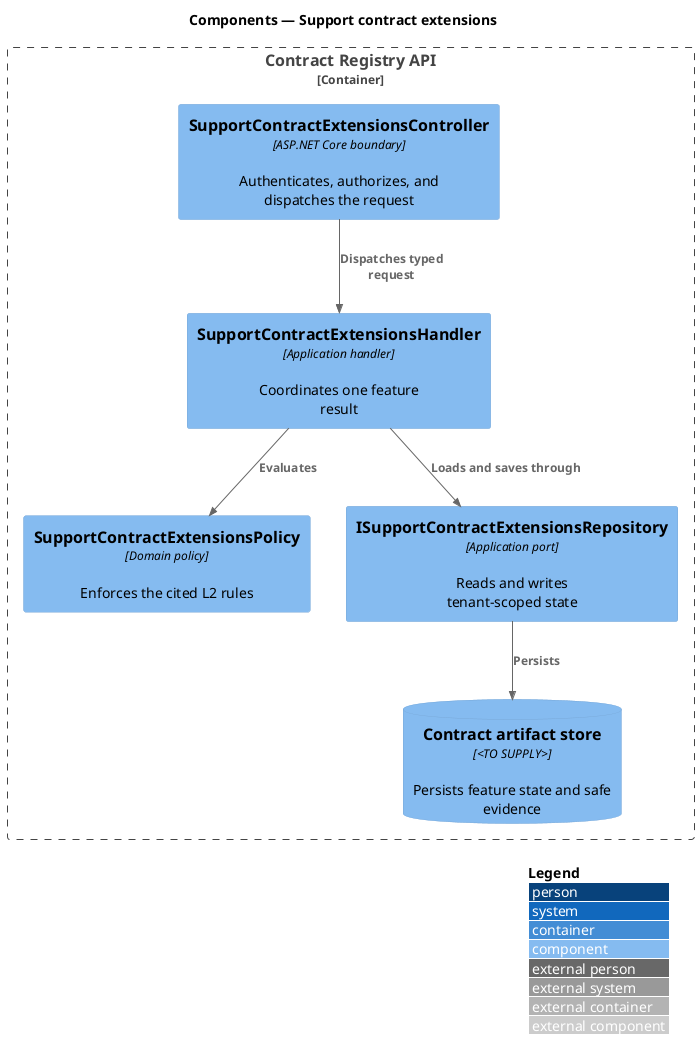
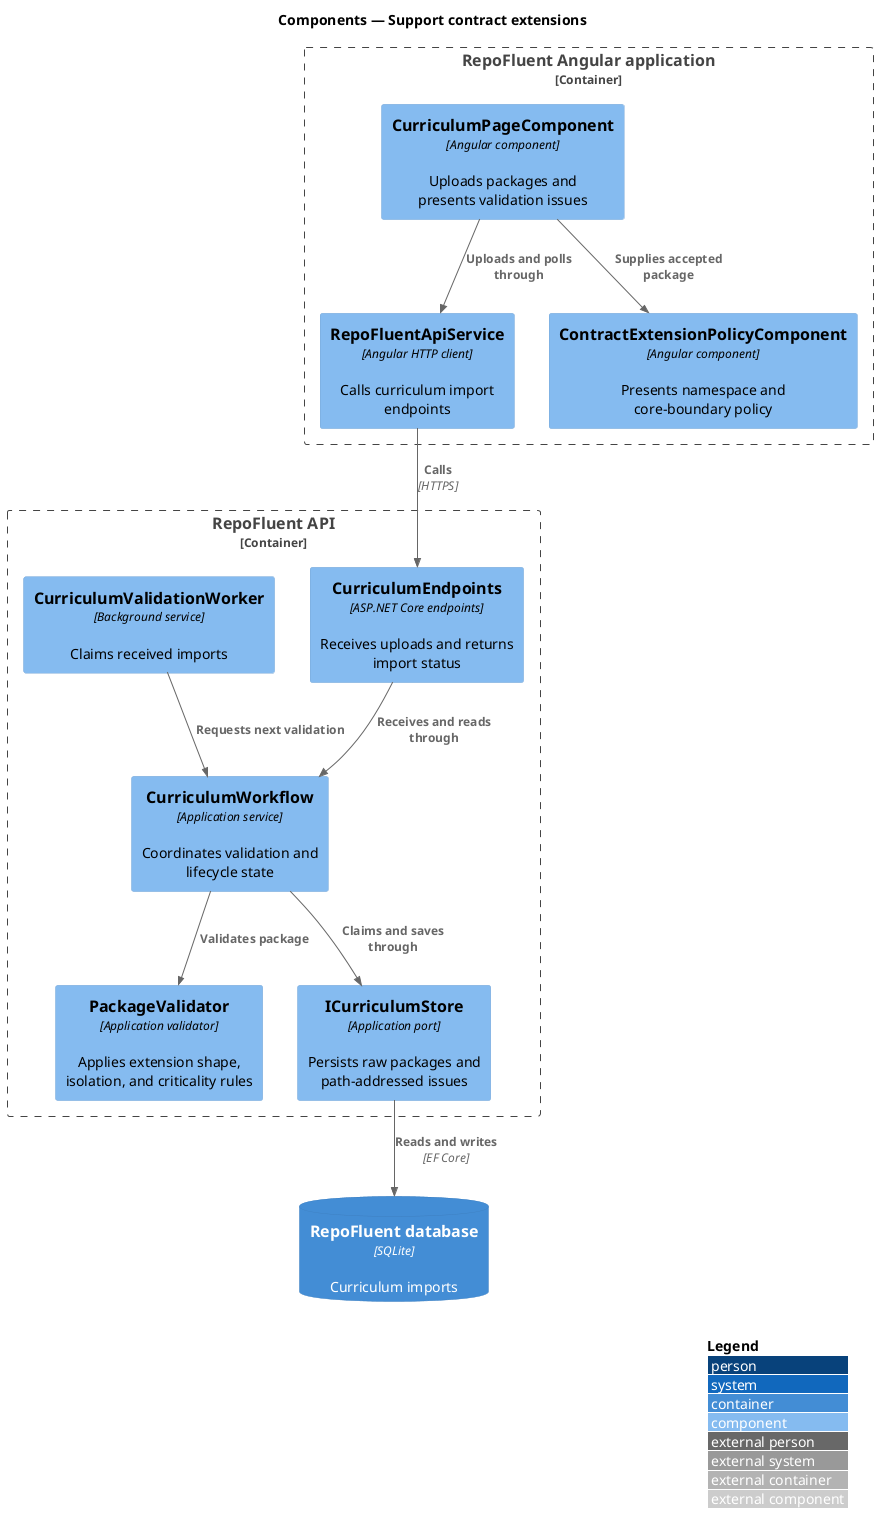
@startuml
!include <C4/C4_Component>
LAYOUT_WITH_LEGEND()
title Components — Support contract extensions

- Container_Boundary(api, "Contract Registry API") {
-   Component(controller, "SupportContractExtensionsController", "ASP.NET Core boundary", "Authenticates, authorizes, and dispatches the request")
-   Component(handler, "SupportContractExtensionsHandler", "Application handler", "Coordinates one feature result")
-   Component(policy, "SupportContractExtensionsPolicy", "Domain policy", "Enforces the cited L2 rules")
-   Component(repository, "ISupportContractExtensionsRepository", "Application port", "Reads and writes tenant-scoped state")
-   ComponentDb(store, "Contract artifact store", "<TO SUPPLY>", "Persists feature state and safe evidence")
+ Container_Boundary(spa, "RepoFluent Angular application") {
+   Component(page, "CurriculumPageComponent", "Angular component", "Uploads packages and presents validation issues")
+   Component(client, "RepoFluentApiService", "Angular HTTP client", "Calls curriculum import endpoints")
+   Component(workbench, "ContractExtensionPolicyComponent", "Angular component", "Presents namespace and core-boundary policy")
}
+ Container_Boundary(api, "RepoFluent API") {
+   Component(endpoints, "CurriculumEndpoints", "ASP.NET Core endpoints", "Receives uploads and returns import status")
+   Component(worker, "CurriculumValidationWorker", "Background service", "Claims received imports")
+   Component(workflow, "CurriculumWorkflow", "Application service", "Coordinates validation and lifecycle state")
+   Component(validator, "PackageValidator", "Application validator", "Applies extension shape, isolation, and criticality rules")
+   Component(store, "ICurriculumStore", "Application port", "Persists raw packages and path-addressed issues")
+ }
+ ContainerDb(db, "RepoFluent database", "SQLite", "Curriculum imports")

- Rel(controller, handler, "Dispatches typed request")
- Rel(handler, policy, "Evaluates")
- Rel(handler, repository, "Loads and saves through")
- Rel(repository, store, "Persists")
+ Rel(page, client, "Uploads and polls through")
+ Rel(page, workbench, "Supplies accepted package")
+ Rel(client, endpoints, "Calls", "HTTPS")
+ Rel(endpoints, workflow, "Receives and reads through")
+ Rel(worker, workflow, "Requests next validation")
+ Rel(workflow, validator, "Validates package")
+ Rel(workflow, store, "Claims and saves through")
+ Rel(store, db, "Reads and writes", "EF Core")
@enduml
